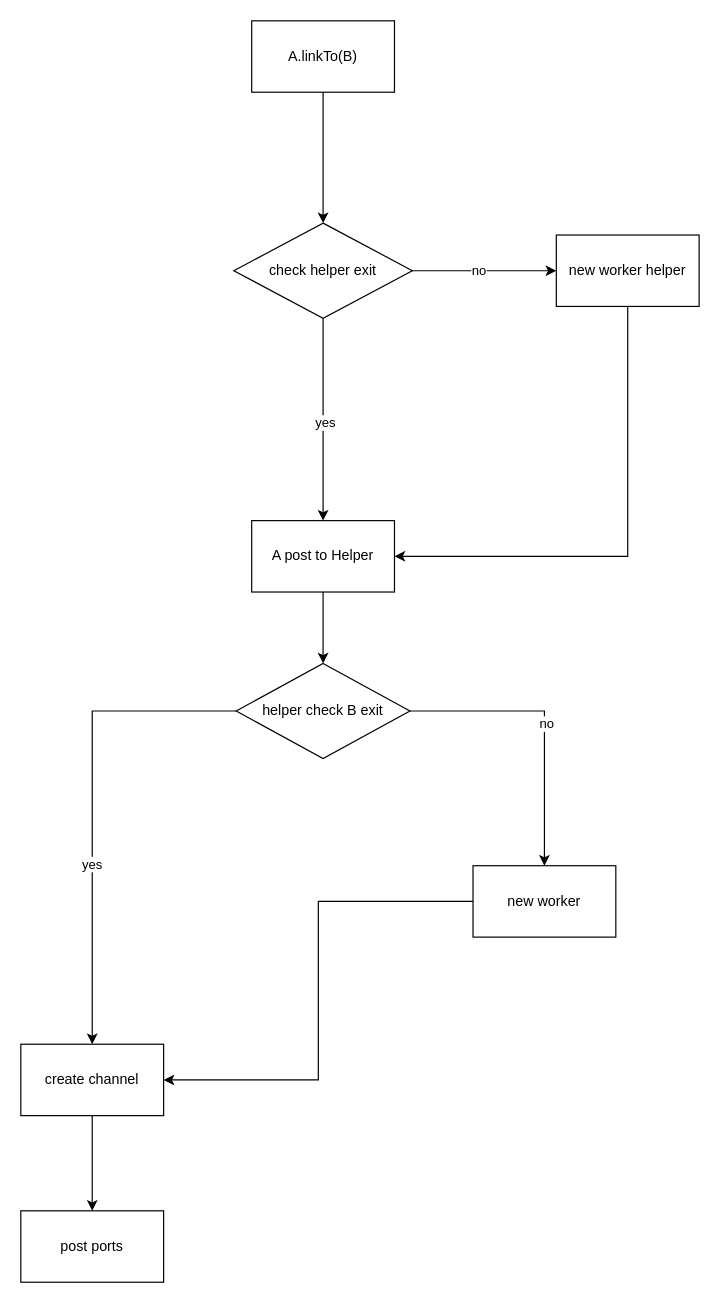
Above: page "ManagerWorker" (2 of 2) of examples/example.drawio in ApowoGames/webworker-rpc (draw.io), before the change. Source tidied: cells renumbered, new cells numbered last; positions are measured from the earlier drawing's top-left corner, leaving out a move shared by most shapes. Both pictures are drawn from the tidied source at 119%, with x=0, y=0 at pixel (20, 20).
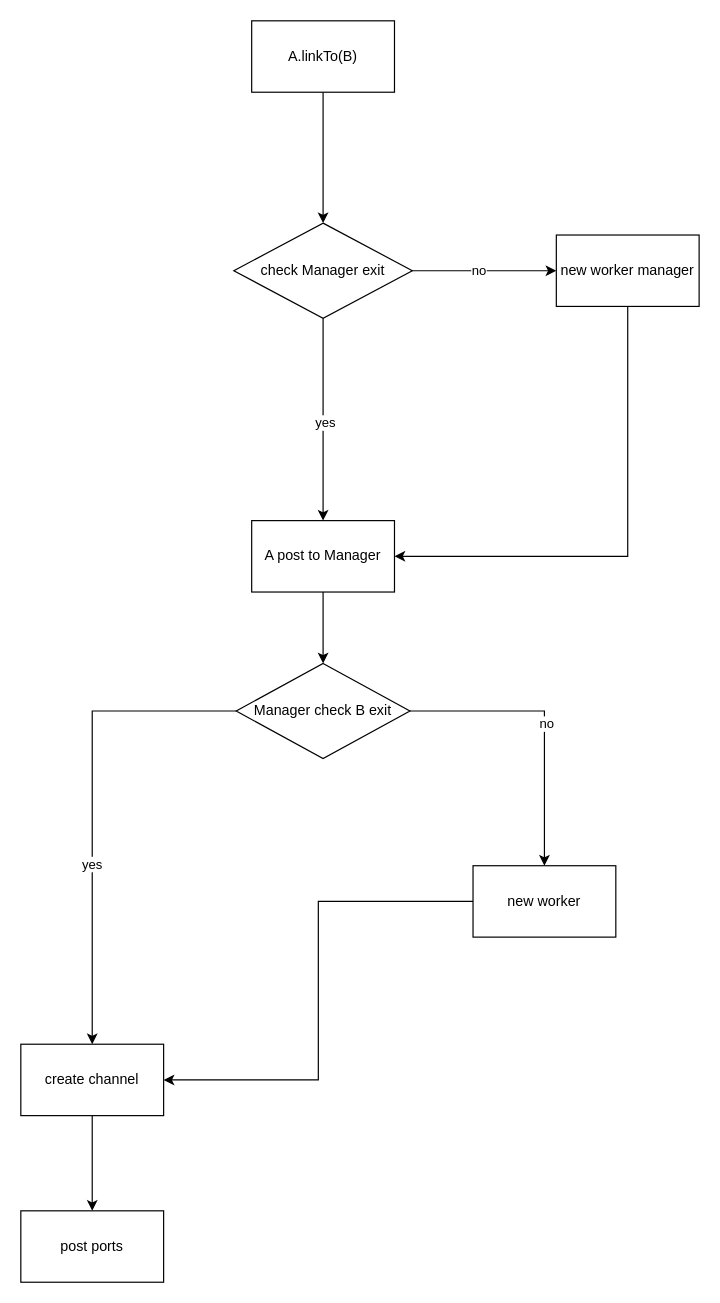
Above is the later version.

Diff of the diagram source:
```diff
@@
-    <mxCell id="5" value="A post to Helper" style="rounded=0;whiteSpace=wrap;html=1;" parent="1" vertex="1">
+    <mxCell id="5" value="A post to Manager" style="rounded=0;whiteSpace=wrap;html=1;" parent="1" vertex="1">
       <mxGeometry x="194" y="420" width="120" height="60" as="geometry" />
     </mxCell>
@@
-    <mxCell id="10" value="helper check B exit" style="rhombus;whiteSpace=wrap;html=1;" parent="1" vertex="1">
+    <mxCell id="10" value="Manager check B exit" style="rhombus;whiteSpace=wrap;html=1;" parent="1" vertex="1">
       <mxGeometry x="181" y="540" width="146" height="80" as="geometry" />
     </mxCell>
@@
-    <mxCell id="20" value="check helper exit" style="rhombus;whiteSpace=wrap;html=1;" parent="1" vertex="1">
+    <mxCell id="20" value="check Manager exit" style="rhombus;whiteSpace=wrap;html=1;" parent="1" vertex="1">
       <mxGeometry x="179" y="170" width="150" height="80" as="geometry" />
     </mxCell>
@@
-    <mxCell id="22" value="new worker helper" style="rounded=0;whiteSpace=wrap;html=1;" parent="1" vertex="1">
+    <mxCell id="22" value="new worker manager" style="rounded=0;whiteSpace=wrap;html=1;" parent="1" vertex="1">
       <mxGeometry x="450" y="180" width="120" height="60" as="geometry" />
     </mxCell>
```
